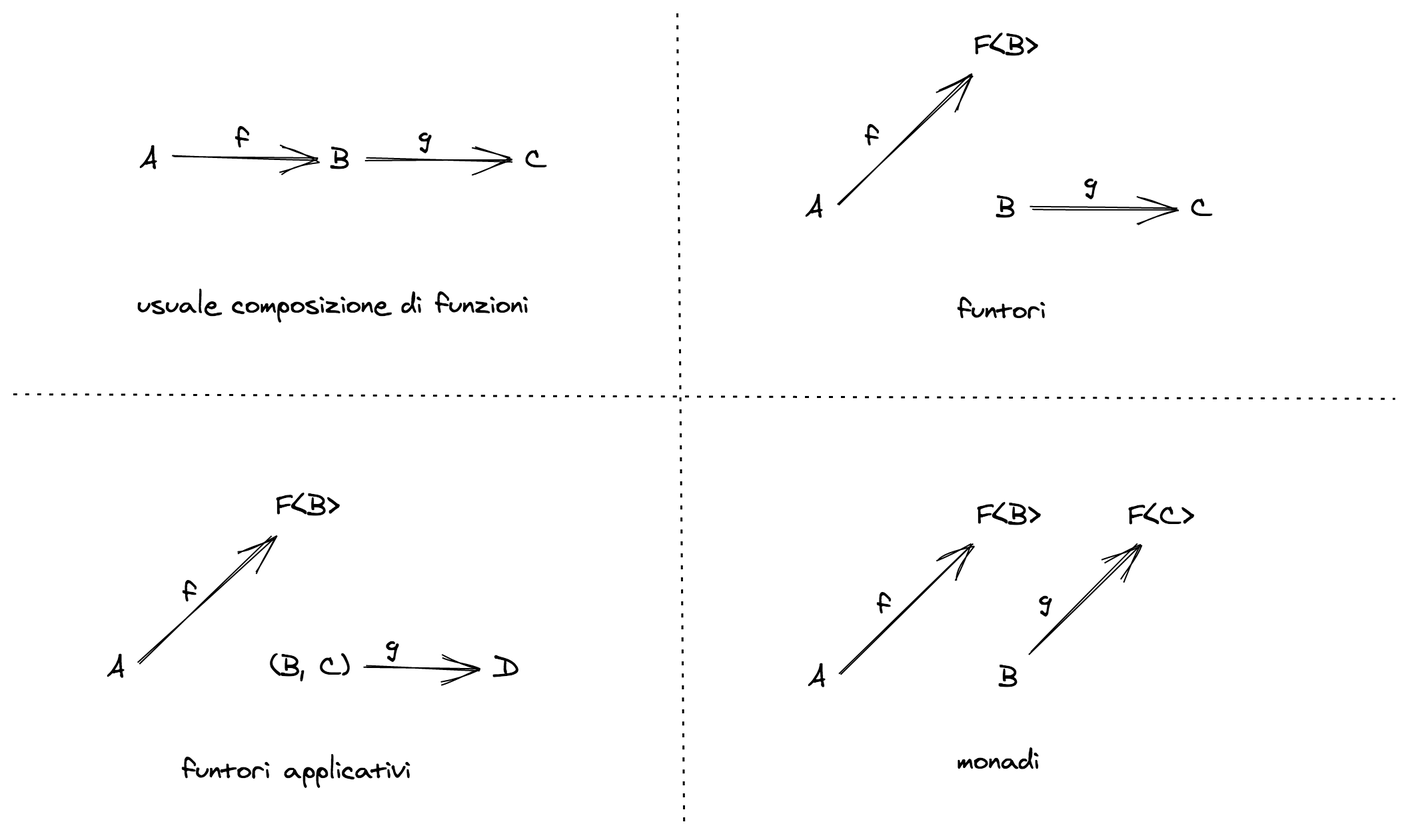
Earlier version of the Excalidraw export images/spoiler.png (enricopolanski/functional-programming). Source tidied: one line per element, renumbered; positions are measured from the earlier drawing's top-left corner, leaving out a move shared by most shapes.
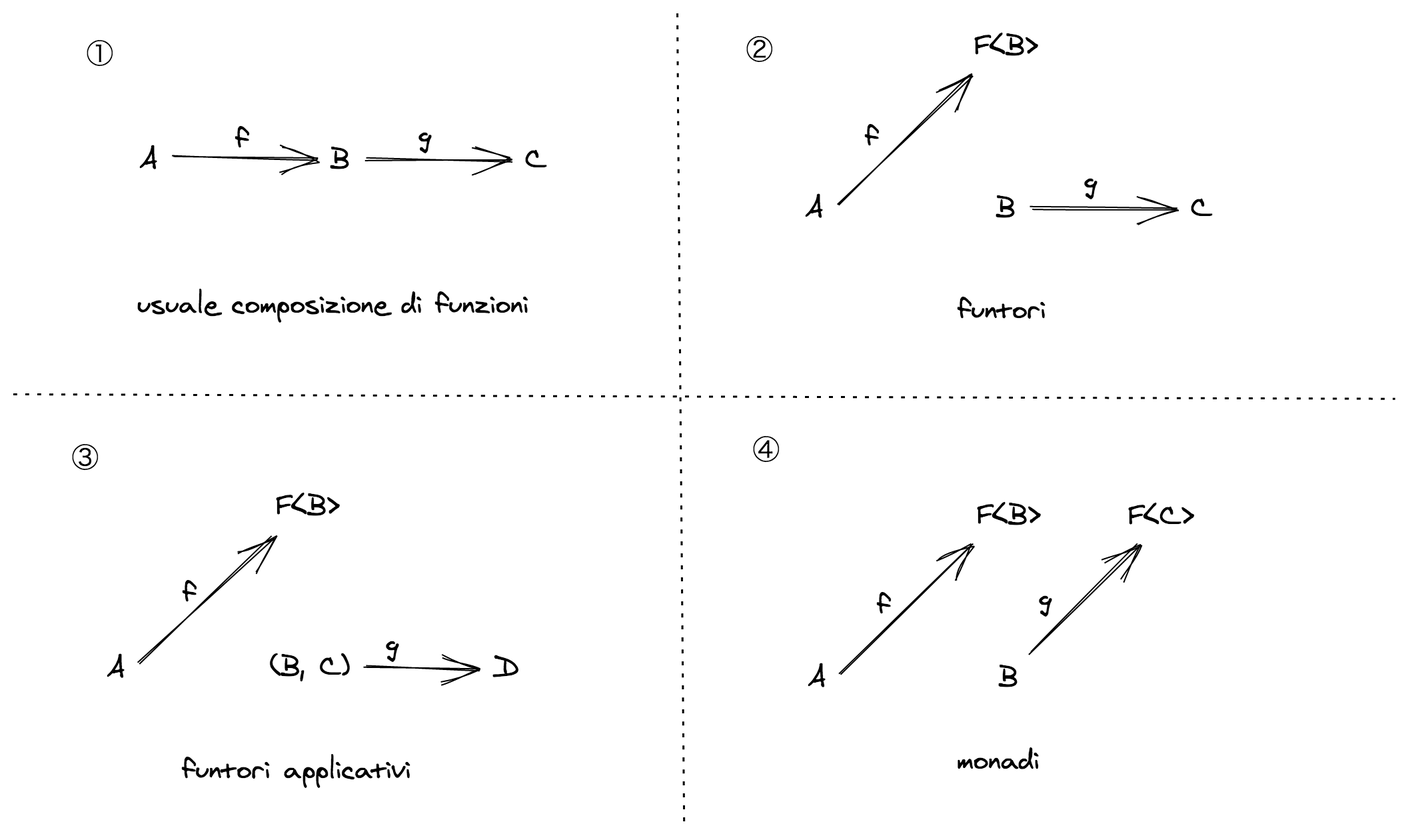
After the change.

Diff of the diagram source:
```diff
@@ -35,3 +35,7 @@
 {"id": 34, "type": "text", "text": "monadi", "strokeColor": "#000000", "strokeWidth": 1, "roughness": 1, "fontSize": 20, "fontFamily": 1, "x": 708, "y": 548, "width": 62, "height": 26}
 {"id": 35, "type": "line", "strokeColor": "#000000", "strokeWidth": 1, "strokeStyle": "dotted", "roughness": 1, "x": 499, "y": 0, "width": 4, "height": 608, "points": [[0, 0], [4, 608]]}
 {"id": 36, "type": "line", "strokeColor": "#000000", "strokeWidth": 1, "strokeStyle": "dotted", "roughness": 1, "x": 0, "y": 285, "width": 1037, "height": 4, "points": [[0, 0], [1037, 4]]}
+{"id": 37, "type": "text", "text": "①", "strokeColor": "#000000", "strokeWidth": 1, "strokeStyle": "dotted", "roughness": 1, "fontSize": 20, "fontFamily": 1, "x": 55, "y": 19, "width": 20, "height": 26}
+{"id": 38, "type": "text", "text": "②", "strokeColor": "#000000", "strokeWidth": 1, "strokeStyle": "dotted", "roughness": 1, "fontSize": 20, "fontFamily": 1, "x": 550, "y": 16, "width": 20, "height": 26}
+{"id": 39, "type": "text", "text": "③", "strokeColor": "#000000", "strokeWidth": 1, "strokeStyle": "dotted", "roughness": 1, "fontSize": 20, "fontFamily": 1, "x": 44, "y": 322, "width": 20, "height": 26}
+{"id": 40, "type": "text", "text": "④", "strokeColor": "#000000", "strokeWidth": 1, "strokeStyle": "dotted", "roughness": 1, "fontSize": 20, "fontFamily": 1, "x": 555, "y": 316, "width": 20, "height": 26}
```
